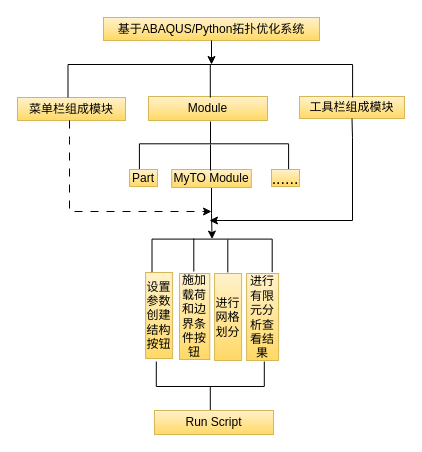
Before: page "第 3 页" (3 of 4) of 第五章.drawio in 1078089635/BESO, a draw.io diagram. Source tidied: cells renumbered, new cells numbered last; positions are measured from the earlier drawing's top-left corner, leaving out a move shared by most shapes. Both pictures are drawn from the tidied source at 100%, with x=0, y=0 at pixel (17, -62).
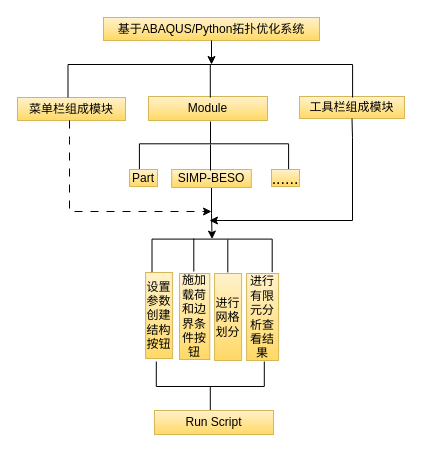
The same page after the edit.

The edit, as a diff of the source:
```diff
@@
-    <mxCell id="19" value="MyTO Module" style="rounded=0;whiteSpace=wrap;html=1;gradientColor=#FFD966;fillColor=#FFF2CC;strokeColor=#D6B656;" parent="1" vertex="1">
+    <mxCell id="19" value="SIMP-BESO" style="rounded=0;whiteSpace=wrap;html=1;gradientColor=#FFD966;fillColor=#FFF2CC;strokeColor=#D6B656;" parent="1" vertex="1">
       <mxGeometry x="154.2" y="231" width="79.6" height="18" as="geometry" />
     </mxCell>
```
